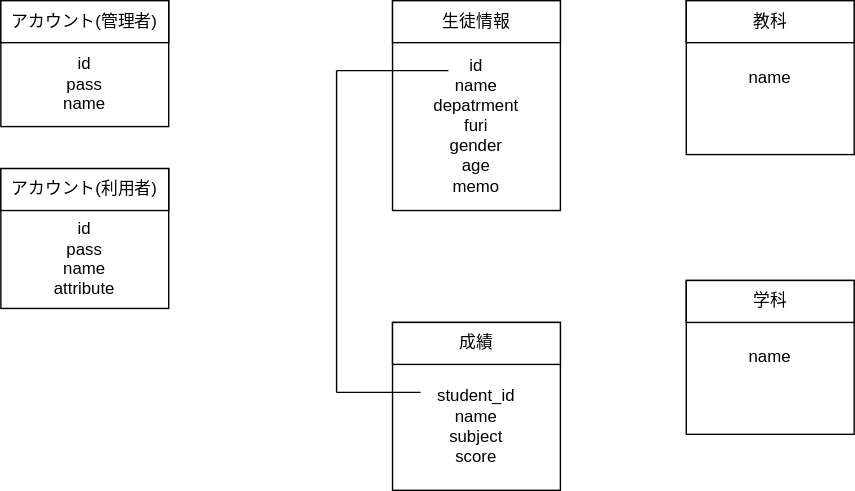
This is b.drawio.svg from nakamachiJP/uml-introduction, a draw.io export, as it was before one commit. Source tidied: cells renumbered, new cells last; positions are measured from the earlier drawing's top-left corner, leaving out a move shared by most shapes.
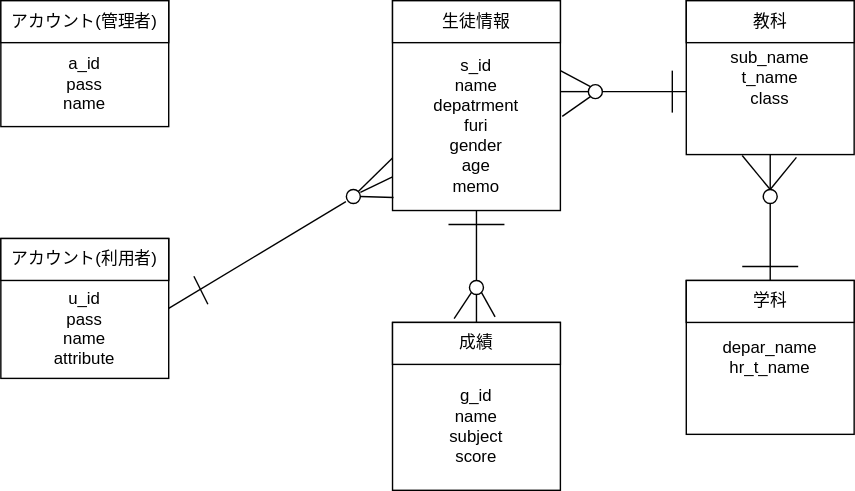
Later version of the same file.

Diff of the diagram source:
```diff
@@ -2,59 +2,132 @@
   <root>
     <mxCell id="0" />
     <mxCell id="1" parent="0" />
-    <mxCell id="2" value="&lt;br&gt;&lt;br&gt;id&lt;br&gt;pass&lt;br&gt;name" style="rounded=0;whiteSpace=wrap;html=1;" parent="1" vertex="1">
+    <mxCell id="2" value="&lt;br&gt;&lt;br&gt;a_id&lt;br&gt;pass&lt;br&gt;name" style="rounded=0;whiteSpace=wrap;html=1;" parent="1" vertex="1">
       <mxGeometry width="120" height="90" as="geometry" />
     </mxCell>
     <mxCell id="3" value="アカウント(管理者)" style="rounded=0;whiteSpace=wrap;html=1;" parent="1" vertex="1">
       <mxGeometry width="120" height="30" as="geometry" />
     </mxCell>
-    <mxCell id="4" value="&lt;br&gt;&lt;br&gt;id&lt;br&gt;pass&lt;br&gt;name&lt;br&gt;attribute" style="rounded=0;whiteSpace=wrap;html=1;" parent="1" vertex="1">
-      <mxGeometry y="120" width="120" height="100" as="geometry" />
+    <mxCell id="4" value="&lt;br&gt;&lt;br&gt;u_id&lt;br&gt;pass&lt;br&gt;name&lt;br&gt;attribute" style="rounded=0;whiteSpace=wrap;html=1;" parent="1" vertex="1">
+      <mxGeometry y="170" width="120" height="100" as="geometry" />
     </mxCell>
     <mxCell id="5" value="アカウント(利用者)" style="rounded=0;whiteSpace=wrap;html=1;" parent="1" vertex="1">
-      <mxGeometry y="120" width="120" height="30" as="geometry" />
+      <mxGeometry y="170" width="120" height="30" as="geometry" />
     </mxCell>
-    <mxCell id="6" value="&lt;br&gt;&lt;br&gt;id&lt;br&gt;name&lt;br&gt;depatrment&lt;br&gt;furi&lt;br&gt;gender&lt;br&gt;age&lt;br&gt;memo" style="rounded=0;whiteSpace=wrap;html=1;" parent="1" vertex="1">
+    <mxCell id="6" value="&lt;br&gt;&lt;br&gt;s_id&lt;br&gt;name&lt;br&gt;depatrment&lt;br&gt;furi&lt;br&gt;gender&lt;br&gt;age&lt;br&gt;memo" style="rounded=0;whiteSpace=wrap;html=1;" parent="1" vertex="1">
       <mxGeometry x="280" width="120" height="150" as="geometry" />
     </mxCell>
     <mxCell id="7" value="生徒情報" style="rounded=0;whiteSpace=wrap;html=1;" parent="1" vertex="1">
       <mxGeometry x="280" width="120" height="30" as="geometry" />
     </mxCell>
-    <mxCell id="8" value="&lt;br&gt;&lt;br&gt;student_id&lt;br&gt;name&lt;br&gt;subject&lt;br&gt;score" style="rounded=0;whiteSpace=wrap;html=1;" parent="1" vertex="1">
+    <mxCell id="8" value="&lt;br&gt;&lt;br&gt;g_id&lt;br&gt;name&lt;br&gt;subject&lt;br&gt;score" style="rounded=0;whiteSpace=wrap;html=1;" parent="1" vertex="1">
       <mxGeometry x="280" y="230" width="120" height="120" as="geometry" />
     </mxCell>
     <mxCell id="9" value="成績" style="rounded=0;whiteSpace=wrap;html=1;" parent="1" vertex="1">
       <mxGeometry x="280" y="230" width="120" height="30" as="geometry" />
     </mxCell>
-    <mxCell id="10" style="endArrow=none;html=1;" parent="1" edge="1">
-      <mxGeometry relative="1" as="geometry">
-        <mxPoint x="240" y="50" as="sourcePoint" />
-        <mxPoint x="320" y="50" as="targetPoint" />
-      </mxGeometry>
-    </mxCell>
-    <mxCell id="11" style="endArrow=none;html=1;" parent="1" edge="1">
-      <mxGeometry relative="1" as="geometry">
-        <mxPoint x="240" y="280" as="sourcePoint" />
-        <mxPoint x="240" y="50" as="targetPoint" />
-      </mxGeometry>
-    </mxCell>
-    <mxCell id="12" style="endArrow=none;html=1;" parent="1" edge="1">
-      <mxGeometry relative="1" as="geometry">
-        <mxPoint x="240" y="280" as="sourcePoint" />
-        <mxPoint x="300" y="280" as="targetPoint" />
-      </mxGeometry>
-    </mxCell>
-    <mxCell id="13" value="name" style="rounded=0;whiteSpace=wrap;html=1;" parent="1" vertex="1">
+    <mxCell id="13" value="sub_name&lt;br&gt;t_name&lt;br&gt;class" style="rounded=0;whiteSpace=wrap;html=1;" parent="1" vertex="1">
       <mxGeometry x="490" width="120" height="110" as="geometry" />
     </mxCell>
     <mxCell id="14" value="教科" style="rounded=0;whiteSpace=wrap;html=1;" parent="1" vertex="1">
       <mxGeometry x="490" width="120" height="30" as="geometry" />
     </mxCell>
-    <mxCell id="15" value="name" style="rounded=0;whiteSpace=wrap;html=1;" parent="1" vertex="1">
+    <mxCell id="15" value="depar_name&lt;br&gt;hr_t_name" style="rounded=0;whiteSpace=wrap;html=1;" parent="1" vertex="1">
       <mxGeometry x="490" y="200" width="120" height="110" as="geometry" />
     </mxCell>
     <mxCell id="16" value="学科" style="rounded=0;whiteSpace=wrap;html=1;" parent="1" vertex="1">
       <mxGeometry x="490" y="200" width="120" height="30" as="geometry" />
     </mxCell>
+    <mxCell id="17" style="endArrow=none;html=1;exitX=1;exitY=0.5;exitDx=0;exitDy=0;startArrow=none;" parent="1" edge="1">
+      <mxGeometry relative="1" as="geometry">
+        <mxPoint x="257" y="137" as="sourcePoint" />
+        <mxPoint x="280" y="126" as="targetPoint" />
+      </mxGeometry>
+    </mxCell>
+    <mxCell id="18" style="endArrow=none;html=1;" parent="1" edge="1">
+      <mxGeometry relative="1" as="geometry">
+        <mxPoint x="138" y="197" as="sourcePoint" />
+        <mxPoint x="148" y="217" as="targetPoint" />
+      </mxGeometry>
+    </mxCell>
+    <mxCell id="19" style="endArrow=none;html=1;exitX=1;exitY=0.5;exitDx=0;exitDy=0;entryX=-0.033;entryY=0.858;entryDx=0;entryDy=0;entryPerimeter=0;" parent="1" edge="1" source="4" target="20">
+      <mxGeometry relative="1" as="geometry" />
+    </mxCell>
+    <mxCell id="20" style="ellipse;whiteSpace=wrap;html=1;" parent="1" vertex="1">
+      <mxGeometry x="247" y="135" width="10" height="10" as="geometry" />
+    </mxCell>
+    <mxCell id="21" style="endArrow=none;html=1;exitX=1;exitY=0;exitDx=0;exitDy=0;entryX=0;entryY=0.75;entryDx=0;entryDy=0;" parent="1" edge="1" source="20" target="6">
+      <mxGeometry relative="1" as="geometry" />
+    </mxCell>
+    <mxCell id="22" style="endArrow=none;html=1;entryX=0.006;entryY=0.938;entryDx=0;entryDy=0;entryPerimeter=0;exitX=1;exitY=0.5;exitDx=0;exitDy=0;" parent="1" edge="1" source="20" target="6">
+      <mxGeometry relative="1" as="geometry" />
+    </mxCell>
+    <mxCell id="23" style="endArrow=none;html=1;exitX=0.5;exitY=0;exitDx=0;exitDy=0;entryX=0.5;entryY=1;entryDx=0;entryDy=0;startArrow=none;" parent="1" edge="1" source="26" target="6">
+      <mxGeometry relative="1" as="geometry" />
+    </mxCell>
+    <mxCell id="24" style="endArrow=none;html=1;" parent="1" edge="1">
+      <mxGeometry relative="1" as="geometry">
+        <mxPoint x="320" y="160" as="sourcePoint" />
+        <mxPoint x="360" y="160" as="targetPoint" />
+      </mxGeometry>
+    </mxCell>
+    <mxCell id="25" style="endArrow=none;html=1;exitX=0.5;exitY=0;exitDx=0;exitDy=0;entryX=0.5;entryY=1;entryDx=0;entryDy=0;" parent="1" edge="1" source="9" target="26">
+      <mxGeometry relative="1" as="geometry" />
+    </mxCell>
+    <mxCell id="26" style="ellipse;whiteSpace=wrap;html=1;" parent="1" vertex="1">
+      <mxGeometry x="335" y="200" width="10" height="10" as="geometry" />
+    </mxCell>
+    <mxCell id="27" style="endArrow=none;html=1;entryX=0;entryY=1;entryDx=0;entryDy=0;exitX=0.367;exitY=-0.089;exitDx=0;exitDy=0;exitPerimeter=0;" parent="1" edge="1" source="9" target="26">
+      <mxGeometry relative="1" as="geometry" />
+    </mxCell>
+    <mxCell id="28" style="endArrow=none;html=1;entryX=1;entryY=1;entryDx=0;entryDy=0;exitX=0.611;exitY=-0.133;exitDx=0;exitDy=0;exitPerimeter=0;" parent="1" edge="1" source="9" target="26">
+      <mxGeometry relative="1" as="geometry" />
+    </mxCell>
+    <mxCell id="29" style="endArrow=none;html=1;startArrow=none;" parent="1" edge="1" source="32">
+      <mxGeometry relative="1" as="geometry">
+        <mxPoint x="490" y="65" as="targetPoint" />
+      </mxGeometry>
+    </mxCell>
+    <mxCell id="30" style="endArrow=none;html=1;" parent="1" edge="1">
+      <mxGeometry relative="1" as="geometry">
+        <mxPoint x="480" y="80" as="sourcePoint" />
+        <mxPoint x="480" y="50" as="targetPoint" />
+      </mxGeometry>
+    </mxCell>
+    <mxCell id="31" style="endArrow=none;html=1;" parent="1" edge="1" target="32">
+      <mxGeometry relative="1" as="geometry">
+        <mxPoint x="400" y="65" as="sourcePoint" />
+      </mxGeometry>
+    </mxCell>
+    <mxCell id="32" style="ellipse;whiteSpace=wrap;html=1;" parent="1" vertex="1">
+      <mxGeometry x="420" y="60" width="10" height="10" as="geometry" />
+    </mxCell>
+    <mxCell id="33" style="endArrow=none;html=1;entryX=0;entryY=0;entryDx=0;entryDy=0;exitX=1;exitY=0.333;exitDx=0;exitDy=0;exitPerimeter=0;" parent="1" edge="1" source="6" target="32">
+      <mxGeometry relative="1" as="geometry" />
+    </mxCell>
+    <mxCell id="34" style="endArrow=none;html=1;entryX=0;entryY=1;entryDx=0;entryDy=0;exitX=1.011;exitY=0.551;exitDx=0;exitDy=0;exitPerimeter=0;" parent="1" edge="1" source="6" target="32">
+      <mxGeometry relative="1" as="geometry" />
+    </mxCell>
+    <mxCell id="35" style="endArrow=none;html=1;entryX=0.5;entryY=1;entryDx=0;entryDy=0;exitX=0.5;exitY=0;exitDx=0;exitDy=0;startArrow=none;" parent="1" edge="1" source="37" target="13">
+      <mxGeometry relative="1" as="geometry" />
+    </mxCell>
+    <mxCell id="36" style="endArrow=none;html=1;entryX=0.5;entryY=1;entryDx=0;entryDy=0;exitX=0.5;exitY=0;exitDx=0;exitDy=0;" parent="1" edge="1" source="16" target="37">
+      <mxGeometry relative="1" as="geometry" />
+    </mxCell>
+    <mxCell id="37" style="ellipse;whiteSpace=wrap;html=1;" parent="1" vertex="1">
+      <mxGeometry x="545" y="135" width="10" height="10" as="geometry" />
+    </mxCell>
+    <mxCell id="38" style="endArrow=none;html=1;" parent="1" edge="1">
+      <mxGeometry relative="1" as="geometry">
+        <mxPoint x="530" y="190" as="sourcePoint" />
+        <mxPoint x="570" y="190" as="targetPoint" />
+      </mxGeometry>
+    </mxCell>
+    <mxCell id="39" style="endArrow=none;html=1;entryX=0.5;entryY=0;entryDx=0;entryDy=0;exitX=0.333;exitY=1.006;exitDx=0;exitDy=0;exitPerimeter=0;" parent="1" edge="1" source="13" target="37">
+      <mxGeometry relative="1" as="geometry" />
+    </mxCell>
+    <mxCell id="40" style="endArrow=none;html=1;entryX=0.5;entryY=0;entryDx=0;entryDy=0;exitX=0.656;exitY=1.018;exitDx=0;exitDy=0;exitPerimeter=0;" parent="1" edge="1" source="13" target="37">
+      <mxGeometry relative="1" as="geometry" />
+    </mxCell>
   </root>
 </mxGraphModel>
```
